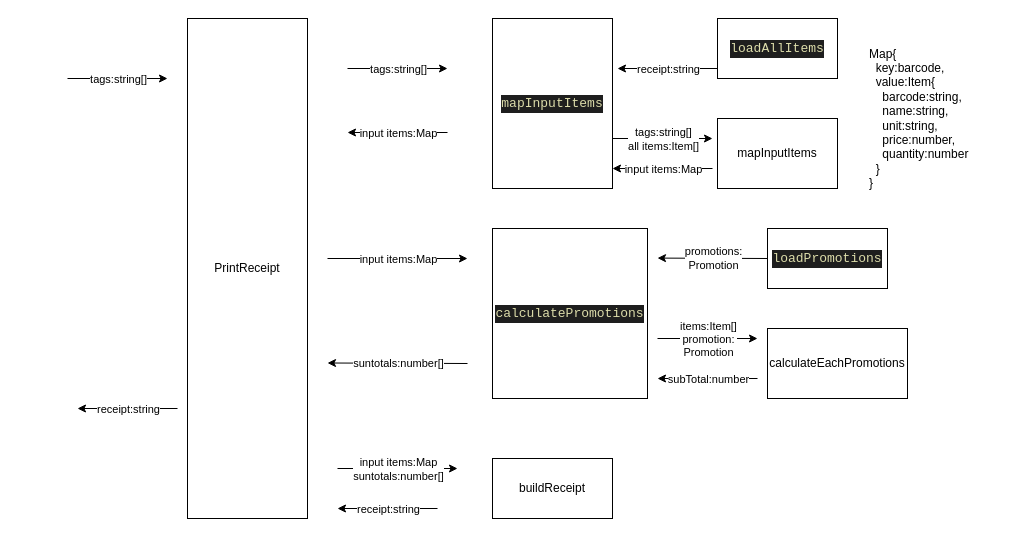
The draw.io diagram tasks.drawio in zxubootcamp/POS-Machine-V1-2020-11-5-3-48-45-545, before the edit. Source tidied: cells renumbered, new cells numbered last; positions are measured from the earlier drawing's top-left corner, leaving out a move shared by most shapes. Both pictures are drawn from the tidied source at 100%, with x=0, y=0 at pixel (67, 18).
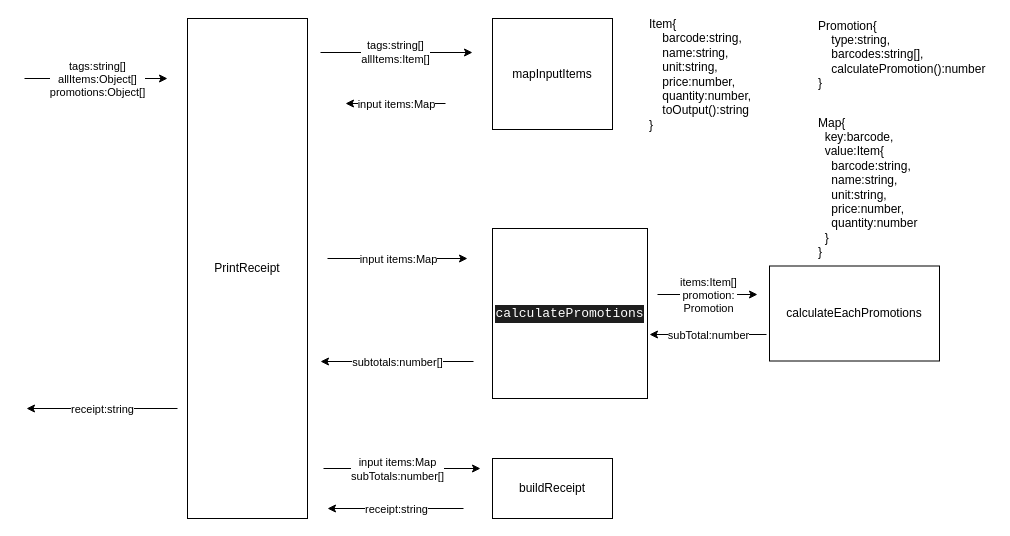
Above is the later version.

Commit message (it also covers changes not shown here):
feat: update tasks chart, simplize function

Diff of the diagram source:
```diff
@@
-    <mxCell id="2" value="PrintReceipt" style="rounded=0;whiteSpace=wrap;html=1;" parent="1" vertex="1">
+    <mxCell id="2" value="PrintReceipt" style="rounded=0;whiteSpace=wrap;html=1;fontFamily=source code pro;" parent="1" vertex="1">
       <mxGeometry x="120" width="120" height="500" as="geometry" />
     </mxCell>
-    <mxCell id="3" style="endArrow=classic;html=1;" parent="1" edge="1">
+    <mxCell id="3" style="endArrow=classic;html=1;fontFamily=source code pro;" parent="1" edge="1">
       <mxGeometry relative="1" as="geometry">
-        <mxPoint y="60" as="sourcePoint" />
+        <mxPoint x="-43" y="60" as="sourcePoint" />
         <mxPoint x="100" y="60" as="targetPoint" />
       </mxGeometry>
     </mxCell>
-    <mxCell id="4" value="tags:string[]" style="edgeLabel;html=1;align=center;verticalAlign=middle;" parent="3" vertex="1">
+    <mxCell id="4" value="tags:string[]&lt;br&gt;allItems:Object[]&lt;br&gt;promotions:Object[]" style="edgeLabel;html=1;align=center;verticalAlign=middle;fontFamily=source code pro;" parent="3" vertex="1">
       <mxGeometry relative="1" as="geometry" />
     </mxCell>
-    <mxCell id="5" style="endArrow=classic;html=1;" parent="1" edge="1">
+    <mxCell id="5" style="endArrow=classic;html=1;fontFamily=source code pro;" parent="1" edge="1">
       <mxGeometry relative="1" as="geometry">
         <mxPoint x="110" y="390" as="sourcePoint" />
-        <mxPoint x="10" y="390" as="targetPoint" />
+        <mxPoint x="-41" y="390" as="targetPoint" />
       </mxGeometry>
     </mxCell>
-    <mxCell id="6" value="receipt:string" style="edgeLabel;html=1;align=center;verticalAlign=middle;" parent="5" vertex="1">
+    <mxCell id="6" value="receipt:string" style="edgeLabel;html=1;align=center;verticalAlign=middle;fontFamily=source code pro;" parent="5" vertex="1">
       <mxGeometry relative="1" as="geometry" />
     </mxCell>
-    <mxCell id="7" value="&lt;div style=&quot;color: rgb(212 , 212 , 212) ; background-color: rgb(30 , 30 , 30) ; font-family: &amp;#34;source code pro&amp;#34; , &amp;#34;consolas&amp;#34; , &amp;#34;courier new&amp;#34; , monospace ; font-size: 13px ; line-height: 18px&quot;&gt;&lt;span style=&quot;color: #dcdcaa&quot;&gt;loadAllItems&lt;/span&gt;&lt;/div&gt;" style="rounded=0;whiteSpace=wrap;html=1;" parent="1" vertex="1">
-      <mxGeometry x="650" width="120" height="60" as="geometry" />
-    </mxCell>
-    <mxCell id="8" value="mapInputItems" style="rounded=0;whiteSpace=wrap;html=1;" parent="1" vertex="1">
-      <mxGeometry x="650" y="100" width="120" height="70" as="geometry" />
+    <mxCell id="8" value="mapInputItems" style="rounded=0;whiteSpace=wrap;html=1;fontFamily=source code pro;" parent="1" vertex="1">
+      <mxGeometry x="425" width="120" height="111" as="geometry" />
     </mxCell>
-    <mxCell id="9" value="&lt;div style=&quot;color: rgb(212 , 212 , 212) ; background-color: rgb(30 , 30 , 30) ; font-family: &amp;#34;source code pro&amp;#34; , &amp;#34;consolas&amp;#34; , &amp;#34;courier new&amp;#34; , monospace ; font-size: 13px ; line-height: 18px&quot;&gt;&lt;span style=&quot;color: #dcdcaa&quot;&gt;loadPromotions&lt;/span&gt;&lt;/div&gt;" style="rounded=0;whiteSpace=wrap;html=1;" parent="1" vertex="1">
-      <mxGeometry x="700" y="210" width="120" height="60" as="geometry" />
-    </mxCell>
-    <mxCell id="10" value="calculateEachPromotions" style="rounded=0;whiteSpace=wrap;html=1;" parent="1" vertex="1">
-      <mxGeometry x="700" y="310" width="140" height="70" as="geometry" />
+    <mxCell id="10" value="calculateEachPromotions" style="rounded=0;whiteSpace=wrap;html=1;fontFamily=source code pro;" parent="1" vertex="1">
+      <mxGeometry x="702" y="247.5" width="170" height="95" as="geometry" />
     </mxCell>
-    <mxCell id="11" value="buildReceipt" style="rounded=0;whiteSpace=wrap;html=1;" parent="1" vertex="1">
+    <mxCell id="11" value="buildReceipt" style="rounded=0;whiteSpace=wrap;html=1;fontFamily=source code pro;" parent="1" vertex="1">
       <mxGeometry x="425" y="440" width="120" height="60" as="geometry" />
     </mxCell>
-    <mxCell id="12" value="&lt;div style=&quot;background-color: rgb(30 , 30 , 30) ; font-family: &amp;#34;source code pro&amp;#34; , &amp;#34;consolas&amp;#34; , &amp;#34;courier new&amp;#34; , monospace ; font-size: 13px ; line-height: 18px&quot;&gt;&lt;font color=&quot;#dcdcaa&quot;&gt;mapInputItems&lt;/font&gt;&lt;/div&gt;" style="rounded=0;whiteSpace=wrap;html=1;" parent="1" vertex="1">
-      <mxGeometry x="425" width="120" height="170" as="geometry" />
-    </mxCell>
-    <mxCell id="13" value="&lt;div style=&quot;color: rgb(212 , 212 , 212) ; background-color: rgb(30 , 30 , 30) ; font-family: &amp;#34;source code pro&amp;#34; , &amp;#34;consolas&amp;#34; , &amp;#34;courier new&amp;#34; , monospace ; font-size: 13px ; line-height: 18px&quot;&gt;&lt;span style=&quot;color: #dcdcaa&quot;&gt;calculatePromotions&lt;/span&gt;&lt;/div&gt;" style="rounded=0;whiteSpace=wrap;html=1;" parent="1" vertex="1">
+    <mxCell id="13" value="&lt;div style=&quot;background-color: rgb(30 , 30 , 30) ; font-family: &amp;#34;source code pro&amp;#34; , &amp;#34;consolas&amp;#34; , &amp;#34;courier new&amp;#34; , monospace ; font-size: 13px ; line-height: 18px&quot;&gt;&lt;font color=&quot;#ffffff&quot;&gt;calculatePromotions&lt;/font&gt;&lt;/div&gt;" style="rounded=0;whiteSpace=wrap;html=1;fontFamily=source code pro;" parent="1" vertex="1">
       <mxGeometry x="425" y="210" width="155" height="170" as="geometry" />
     </mxCell>
-    <mxCell id="14" style="endArrow=classic;html=1;" parent="1" edge="1">
-      <mxGeometry relative="1" as="geometry">
-        <mxPoint x="280" y="50" as="sourcePoint" />
-        <mxPoint x="380" y="50" as="targetPoint" />
-      </mxGeometry>
-    </mxCell>
-    <mxCell id="15" value="tags:string[]" style="edgeLabel;html=1;align=center;verticalAlign=middle;" parent="14" vertex="1">
-      <mxGeometry relative="1" as="geometry" />
-    </mxCell>
-    <mxCell id="16" style="endArrow=classic;html=1;" parent="1" edge="1">
+    <mxCell id="16" style="endArrow=classic;html=1;fontFamily=source code pro;" parent="1" edge="1">
       <mxGeometry relative="1" as="geometry">
-        <mxPoint x="380" y="114" as="sourcePoint" />
-        <mxPoint x="280" y="114" as="targetPoint" />
+        <mxPoint x="378" y="85" as="sourcePoint" />
+        <mxPoint x="278" y="85" as="targetPoint" />
       </mxGeometry>
     </mxCell>
-    <mxCell id="17" value="input items:Map" style="edgeLabel;html=1;align=center;verticalAlign=middle;" parent="16" vertex="1">
+    <mxCell id="17" value="input items:Map" style="edgeLabel;html=1;align=center;verticalAlign=middle;fontFamily=source code pro;" parent="16" vertex="1">
       <mxGeometry relative="1" as="geometry" />
     </mxCell>
-    <mxCell id="18" style="endArrow=classic;html=1;" parent="1" edge="1">
-      <mxGeometry relative="1" as="geometry">
-        <mxPoint x="650" y="50" as="sourcePoint" />
-        <mxPoint x="550" y="50" as="targetPoint" />
-      </mxGeometry>
-    </mxCell>
-    <mxCell id="19" value="receipt:string" style="edgeLabel;html=1;align=center;verticalAlign=middle;" parent="18" vertex="1">
-      <mxGeometry relative="1" as="geometry" />
-    </mxCell>
-    <mxCell id="20" style="endArrow=classic;html=1;" parent="1" edge="1">
-      <mxGeometry relative="1" as="geometry">
-        <mxPoint x="645" y="150" as="sourcePoint" />
-        <mxPoint x="545" y="150" as="targetPoint" />
-      </mxGeometry>
-    </mxCell>
-    <mxCell id="21" value="input items:Map" style="edgeLabel;html=1;align=center;verticalAlign=middle;" parent="20" vertex="1">
-      <mxGeometry relative="1" as="geometry" />
-    </mxCell>
-    <mxCell id="22" style="endArrow=classic;html=1;" parent="1" edge="1">
-      <mxGeometry relative="1" as="geometry">
-        <mxPoint x="545" y="120" as="sourcePoint" />
-        <mxPoint x="645" y="120" as="targetPoint" />
-      </mxGeometry>
-    </mxCell>
-    <mxCell id="23" value="tags:string[]&lt;br&gt;all items:Item[]" style="edgeLabel;html=1;align=center;verticalAlign=middle;" parent="22" vertex="1">
-      <mxGeometry relative="1" as="geometry" />
-    </mxCell>
-    <mxCell id="24" style="endArrow=classic;html=1;exitX=0;exitY=0.5;exitDx=0;exitDy=0;" parent="1" edge="1" source="9">
-      <mxGeometry relative="1" as="geometry">
-        <mxPoint x="590" y="239.6" as="targetPoint" />
-      </mxGeometry>
-    </mxCell>
-    <mxCell id="25" value="promotions:&lt;br&gt;Promotion" style="edgeLabel;html=1;align=center;verticalAlign=middle;" parent="24" vertex="1">
-      <mxGeometry relative="1" as="geometry" />
-    </mxCell>
-    <mxCell id="26" style="endArrow=classic;html=1;" parent="1" edge="1">
+    <mxCell id="26" style="endArrow=classic;html=1;fontFamily=source code pro;" parent="1" edge="1">
       <mxGeometry relative="1" as="geometry">
-        <mxPoint x="590" y="320" as="sourcePoint" />
-        <mxPoint x="690" y="320" as="targetPoint" />
+        <mxPoint x="590" y="276" as="sourcePoint" />
+        <mxPoint x="690" y="276" as="targetPoint" />
       </mxGeometry>
     </mxCell>
-    <mxCell id="27" value="items:Item[]&lt;br&gt;promotion:&lt;br&gt;Promotion" style="edgeLabel;html=1;align=center;verticalAlign=middle;" parent="26" vertex="1">
+    <mxCell id="27" value="items:Item[]&lt;br&gt;promotion:&lt;br&gt;Promotion" style="edgeLabel;html=1;align=center;verticalAlign=middle;fontFamily=source code pro;" parent="26" vertex="1">
       <mxGeometry relative="1" as="geometry" />
     </mxCell>
-    <mxCell id="28" style="endArrow=classic;html=1;" parent="1" edge="1">
+    <mxCell id="28" style="endArrow=classic;html=1;fontFamily=source code pro;" parent="1" edge="1">
       <mxGeometry relative="1" as="geometry">
-        <mxPoint x="690" y="360" as="sourcePoint" />
-        <mxPoint x="590" y="360" as="targetPoint" />
+        <mxPoint x="699" y="316" as="sourcePoint" />
+        <mxPoint x="582" y="316" as="targetPoint" />
       </mxGeometry>
     </mxCell>
-    <mxCell id="29" value="subTotal:number" style="edgeLabel;html=1;align=center;verticalAlign=middle;" parent="28" vertex="1">
-      <mxGeometry relative="1" as="geometry" />
+    <mxCell id="29" value="subTotal:number" style="edgeLabel;html=1;align=center;verticalAlign=middle;fontFamily=source code pro;" parent="28" vertex="1">
+      <mxGeometry relative="1" as="geometry">
+        <mxPoint x="0.4" as="offset" />
+      </mxGeometry>
     </mxCell>
-    <mxCell id="30" style="endArrow=classic;html=1;" parent="1" edge="1">
+    <mxCell id="30" style="endArrow=classic;html=1;fontFamily=source code pro;" parent="1" edge="1">
       <mxGeometry relative="1" as="geometry">
         <mxPoint x="260" y="240" as="sourcePoint" />
         <mxPoint x="400" y="240" as="targetPoint" />
       </mxGeometry>
     </mxCell>
-    <mxCell id="31" value="input items:Map" style="edgeLabel;html=1;align=center;verticalAlign=middle;" parent="30" vertex="1">
+    <mxCell id="31" value="input items:Map" style="edgeLabel;html=1;align=center;verticalAlign=middle;fontFamily=source code pro;" parent="30" vertex="1">
       <mxGeometry relative="1" as="geometry" />
     </mxCell>
-    <mxCell id="32" style="endArrow=classic;html=1;" parent="1" edge="1">
+    <mxCell id="32" style="endArrow=classic;html=1;fontFamily=source code pro;" parent="1" edge="1">
       <mxGeometry relative="1" as="geometry">
-        <mxPoint x="400" y="345" as="sourcePoint" />
-        <mxPoint x="260" y="344.5" as="targetPoint" />
+        <mxPoint x="406" y="343" as="sourcePoint" />
+        <mxPoint x="253" y="343" as="targetPoint" />
       </mxGeometry>
     </mxCell>
-    <mxCell id="33" value="suntotals:number[]" style="edgeLabel;html=1;align=center;verticalAlign=middle;" parent="32" vertex="1">
+    <mxCell id="33" value="subtotals:number[]" style="edgeLabel;html=1;align=center;verticalAlign=middle;fontFamily=source code pro;" parent="32" vertex="1">
       <mxGeometry relative="1" as="geometry" />
     </mxCell>
-    <mxCell id="34" style="endArrow=classic;html=1;" parent="1" edge="1">
+    <mxCell id="34" style="endArrow=classic;html=1;fontFamily=source code pro;" parent="1" edge="1">
       <mxGeometry relative="1" as="geometry">
-        <mxPoint x="270" y="450" as="sourcePoint" />
-        <mxPoint x="390" y="450" as="targetPoint" />
+        <mxPoint x="256" y="450" as="sourcePoint" />
+        <mxPoint x="413" y="450" as="targetPoint" />
       </mxGeometry>
     </mxCell>
-    <mxCell id="35" value="input items:Map&lt;br&gt;suntotals:number[]" style="edgeLabel;html=1;align=center;verticalAlign=middle;" parent="34" vertex="1">
-      <mxGeometry relative="1" as="geometry" />
+    <mxCell id="35" value="input items:Map&lt;br&gt;subTotals:number[]" style="edgeLabel;html=1;align=center;verticalAlign=middle;fontFamily=source code pro;" parent="34" vertex="1">
+      <mxGeometry relative="1" as="geometry">
+        <mxPoint x="-6" as="offset" />
+      </mxGeometry>
     </mxCell>
-    <mxCell id="36" style="endArrow=classic;html=1;" parent="1" edge="1">
+    <mxCell id="36" style="endArrow=classic;html=1;fontFamily=source code pro;" parent="1" edge="1">
       <mxGeometry relative="1" as="geometry">
-        <mxPoint x="370" y="490" as="sourcePoint" />
-        <mxPoint x="270" y="490" as="targetPoint" />
+        <mxPoint x="396" y="490" as="sourcePoint" />
+        <mxPoint x="260" y="490" as="targetPoint" />
       </mxGeometry>
     </mxCell>
-    <mxCell id="37" value="receipt:string" style="edgeLabel;html=1;align=center;verticalAlign=middle;" parent="36" vertex="1">
+    <mxCell id="37" value="receipt:string" style="edgeLabel;html=1;align=center;verticalAlign=middle;fontFamily=source code pro;" parent="36" vertex="1">
       <mxGeometry relative="1" as="geometry" />
     </mxCell>
-    <mxCell id="38" value="Map{&lt;br&gt;&amp;nbsp; key:barcode,&lt;br&gt;&amp;nbsp; value:Item{&lt;br&gt;&amp;nbsp; &amp;nbsp; barcode:string,&lt;br&gt;&amp;nbsp; &amp;nbsp; name:string,&lt;br&gt;&amp;nbsp; &amp;nbsp; unit:string,&lt;br&gt;&amp;nbsp; &amp;nbsp; price:number,&lt;br&gt;&amp;nbsp; &amp;nbsp; quantity:number&lt;br&gt;&amp;nbsp; }&lt;br&gt;}" style="text;html=1;align=left;verticalAlign=middle;" parent="1" vertex="1">
-      <mxGeometry x="800" y="30" width="110" height="140" as="geometry" />
+    <mxCell id="38" value="Map{&lt;br&gt;&amp;nbsp; key:barcode,&lt;br&gt;&amp;nbsp; value:Item{&lt;br&gt;&amp;nbsp; &amp;nbsp; barcode:string,&lt;br&gt;&amp;nbsp; &amp;nbsp; name:string,&lt;br&gt;&amp;nbsp; &amp;nbsp; unit:string,&lt;br&gt;&amp;nbsp; &amp;nbsp; price:number,&lt;br&gt;&amp;nbsp; &amp;nbsp; quantity:number&lt;br&gt;&amp;nbsp; }&lt;br&gt;}" style="text;html=1;align=left;verticalAlign=middle;fontFamily=source code pro;" parent="1" vertex="1">
+      <mxGeometry x="748.5" y="99" width="110" height="140" as="geometry" />
     </mxCell>
+    <mxCell id="39" value="Item{&lt;br&gt;&amp;nbsp; &amp;nbsp; barcode:string,&lt;br&gt;&amp;nbsp; &amp;nbsp; name:string,&lt;br&gt;&amp;nbsp; &amp;nbsp; unit:string,&lt;br&gt;&amp;nbsp; &amp;nbsp; price:number,&lt;br&gt;&amp;nbsp; &amp;nbsp; quantity:number,&lt;br&gt;&amp;nbsp; &amp;nbsp; toOutput():string&lt;br&gt;}" style="text;html=1;align=left;verticalAlign=middle;fontFamily=source code pro;" parent="1" vertex="1">
+      <mxGeometry x="580" y="-0.5" width="112" height="113" as="geometry" />
+    </mxCell>
+    <mxCell id="40" value="Promotion{&lt;br&gt;&amp;nbsp; &amp;nbsp; type:string,&lt;br&gt;&amp;nbsp; &amp;nbsp; barcodes:string[],&lt;br&gt;&amp;nbsp; &amp;nbsp; calculatePromotion():number&lt;br&gt;}" style="text;html=1;align=left;verticalAlign=middle;fontFamily=source code pro;" parent="1" vertex="1">
+      <mxGeometry x="748.5" width="177" height="72" as="geometry" />
+    </mxCell>
+    <mxCell id="41" style="endArrow=classic;html=1;fontFamily=source code pro;" parent="1" edge="1">
+      <mxGeometry relative="1" as="geometry">
+        <mxPoint x="253" y="34" as="sourcePoint" />
+        <mxPoint x="405" y="34" as="targetPoint" />
+      </mxGeometry>
+    </mxCell>
+    <mxCell id="42" value="tags:string[]&lt;br&gt;allItems:Item[]" style="edgeLabel;html=1;align=center;verticalAlign=middle;fontFamily=source code pro;" parent="41" vertex="1">
+      <mxGeometry relative="1" as="geometry">
+        <mxPoint x="-1.3" y="-1" as="offset" />
+      </mxGeometry>
+    </mxCell>
```
